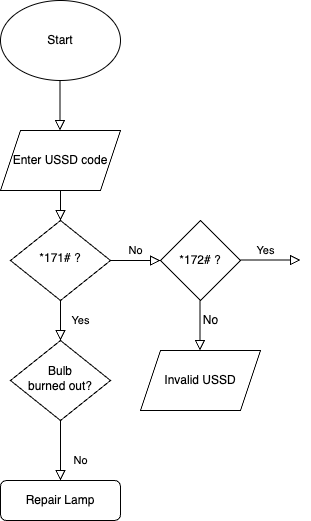
Before: Agri-market.drawio.png, a diagram exported from draw.io (GasanaJr/agri-market). Source tidied: cells renumbered, new cells last; positions are measured from the earlier drawing's top-left corner, leaving out a move shared by most shapes.
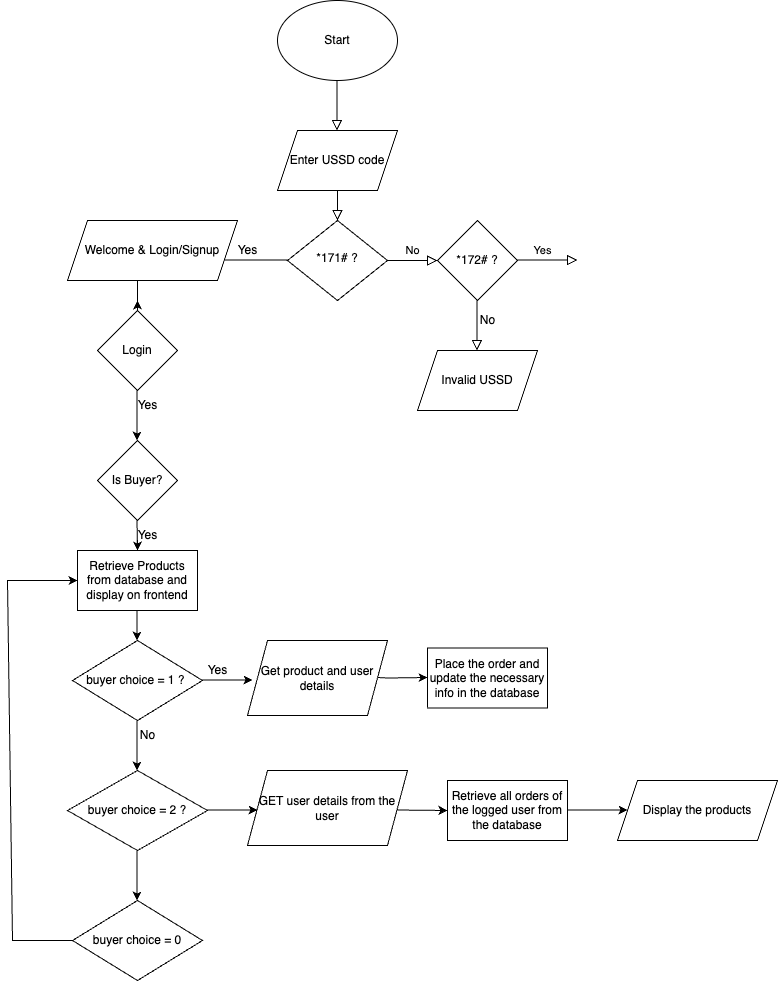
The same file after the commit.

Diff of the diagram source:
```diff
@@ -7,9 +7,6 @@
         <mxPoint x="60" y="170" as="sourcePoint" />
       </mxGeometry>
     </mxCell>
-    <mxCell id="3" value="Yes" style="rounded=0;html=1;jettySize=auto;fontSize=11;endArrow=block;endFill=0;endSize=8;strokeWidth=1;shadow=0;labelBackgroundColor=none;edgeStyle=orthogonalEdgeStyle;" parent="1" edge="1" source="5" target="7">
-      <mxGeometry y="20" relative="1" as="geometry" />
-    </mxCell>
     <mxCell id="4" value="No" style="edgeStyle=orthogonalEdgeStyle;rounded=0;html=1;jettySize=auto;fontSize=11;endArrow=block;endFill=0;endSize=8;strokeWidth=1;shadow=0;labelBackgroundColor=none;" parent="1" edge="1" source="5">
       <mxGeometry y="10" relative="1" as="geometry">
         <mxPoint x="160" y="260" as="targetPoint" />
@@ -18,15 +15,6 @@
     <mxCell id="5" value="*171# ?" style="rhombus;whiteSpace=wrap;html=1;shadow=0;fontFamily=Helvetica;fontSize=12;align=center;strokeWidth=1;spacing=6;spacingTop=-4;" parent="1" vertex="1">
       <mxGeometry x="10" y="220" width="100" height="80" as="geometry" />
     </mxCell>
-    <mxCell id="6" value="No" style="rounded=0;html=1;jettySize=auto;fontSize=11;endArrow=block;endFill=0;endSize=8;strokeWidth=1;shadow=0;labelBackgroundColor=none;edgeStyle=orthogonalEdgeStyle;" parent="1" edge="1" source="7" target="8">
-      <mxGeometry x="0.33" y="20" relative="1" as="geometry" />
-    </mxCell>
-    <mxCell id="7" value="Bulb&lt;br&gt;burned out?" style="rhombus;whiteSpace=wrap;html=1;shadow=0;fontFamily=Helvetica;fontSize=12;align=center;strokeWidth=1;spacing=6;spacingTop=-4;" parent="1" vertex="1">
-      <mxGeometry x="10" y="340" width="100" height="80" as="geometry" />
-    </mxCell>
-    <mxCell id="8" value="Repair Lamp" style="rounded=1;whiteSpace=wrap;html=1;fontSize=12;glass=0;strokeWidth=1;shadow=0;" parent="1" vertex="1">
-      <mxGeometry y="480" width="120" height="40" as="geometry" />
-    </mxCell>
     <mxCell id="9" value="Start" style="ellipse;whiteSpace=wrap;html=1;" parent="1" vertex="1">
       <mxGeometry width="120" height="80" as="geometry" />
     </mxCell>
@@ -72,5 +60,150 @@
         </Array>
       </mxGeometry>
     </mxCell>
+    <mxCell id="17" style="endArrow=classic;html=1;rounded=0;" parent="1" edge="1">
+      <mxGeometry relative="1" as="geometry">
+        <mxPoint x="10" y="259.5" as="sourcePoint" />
+        <mxPoint x="-70" y="259.5" as="targetPoint" />
+      </mxGeometry>
+    </mxCell>
+    <mxCell id="18" value="Yes" style="text;html=1;align=center;verticalAlign=middle;strokeColor=none;fillColor=none;" parent="1" vertex="1">
+      <mxGeometry x="-50" y="235" width="40" height="30" as="geometry" />
+    </mxCell>
+    <mxCell id="19" value="Welcome &amp;amp; Login/Signup" style="shape=parallelogram;perimeter=parallelogramPerimeter;whiteSpace=wrap;html=1;fixedSize=1;" parent="1" vertex="1">
+      <mxGeometry x="-210" y="220" width="170" height="60" as="geometry" />
+    </mxCell>
+    <mxCell id="20" style="endArrow=classic;html=1;rounded=0;" parent="1" edge="1">
+      <mxGeometry relative="1" as="geometry">
+        <mxPoint x="-140" y="280" as="sourcePoint" />
+        <mxPoint x="-140" y="300" as="targetPoint" />
+        <Array as="points">
+          <mxPoint x="-140" y="310" />
+        </Array>
+      </mxGeometry>
+    </mxCell>
+    <mxCell id="21" value="Login" style="rhombus;whiteSpace=wrap;html=1;" parent="1" vertex="1">
+      <mxGeometry x="-180" y="310" width="80" height="80" as="geometry" />
+    </mxCell>
+    <mxCell id="22" style="endArrow=classic;html=1;rounded=0;" parent="1" edge="1">
+      <mxGeometry relative="1" as="geometry">
+        <mxPoint x="-140.5" y="390" as="sourcePoint" />
+        <mxPoint x="-140.5" y="440" as="targetPoint" />
+      </mxGeometry>
+    </mxCell>
+    <mxCell id="23" value="Yes" style="text;html=1;align=center;verticalAlign=middle;strokeColor=none;fillColor=none;" parent="1" vertex="1">
+      <mxGeometry x="-150" y="390" width="40" height="30" as="geometry" />
+    </mxCell>
+    <mxCell id="24" value="Is Buyer?" style="rhombus;whiteSpace=wrap;html=1;" parent="1" vertex="1">
+      <mxGeometry x="-180" y="440" width="80" height="80" as="geometry" />
+    </mxCell>
+    <mxCell id="25" value="Yes" style="text;html=1;align=center;verticalAlign=middle;strokeColor=none;fillColor=none;" parent="1" vertex="1">
+      <mxGeometry x="-150" y="520" width="40" height="30" as="geometry" />
+    </mxCell>
+    <mxCell id="26" style="endArrow=classic;html=1;rounded=0;" parent="1" edge="1">
+      <mxGeometry relative="1" as="geometry">
+        <mxPoint x="-140.5" y="520" as="sourcePoint" />
+        <mxPoint x="-140" y="550" as="targetPoint" />
+        <Array as="points">
+          <mxPoint x="-140" y="550" />
+          <mxPoint x="-140" y="540" />
+        </Array>
+      </mxGeometry>
+    </mxCell>
+    <mxCell id="27" value="Retrieve Products from database and display on frontend" style="whiteSpace=wrap;html=1;" parent="1" vertex="1">
+      <mxGeometry x="-200" y="550" width="120" height="60" as="geometry" />
+    </mxCell>
+    <mxCell id="28" style="endArrow=classic;html=1;rounded=0;" parent="1" edge="1">
+      <mxGeometry relative="1" as="geometry">
+        <mxPoint x="-140.5" y="610" as="sourcePoint" />
+        <mxPoint x="-140.5" y="640" as="targetPoint" />
+      </mxGeometry>
+    </mxCell>
+    <mxCell id="29" value="buyer choice = 1 ?&amp;nbsp;" style="rhombus;whiteSpace=wrap;html=1;" parent="1" vertex="1">
+      <mxGeometry x="-205" y="640" width="130" height="80" as="geometry" />
+    </mxCell>
+    <mxCell id="30" style="endArrow=classic;html=1;rounded=0;" parent="1" edge="1">
+      <mxGeometry relative="1" as="geometry">
+        <mxPoint x="-75" y="679.5" as="sourcePoint" />
+        <mxPoint x="-25" y="679.5" as="targetPoint" />
+      </mxGeometry>
+    </mxCell>
+    <mxCell id="31" value="Yes" style="text;html=1;align=center;verticalAlign=middle;strokeColor=none;fillColor=none;" parent="1" vertex="1">
+      <mxGeometry x="-80" y="655" width="40" height="30" as="geometry" />
+    </mxCell>
+    <mxCell id="32" value="Get product and user details" style="shape=parallelogram;perimeter=parallelogramPerimeter;whiteSpace=wrap;html=1;fixedSize=1;" parent="1" vertex="1">
+      <mxGeometry x="-30" y="640" width="140" height="75" as="geometry" />
+    </mxCell>
+    <mxCell id="33" value="Place the order and update the necessary info in the database" style="rounded=0;whiteSpace=wrap;html=1;" parent="1" vertex="1">
+      <mxGeometry x="150" y="647.5" width="120" height="60" as="geometry" />
+    </mxCell>
+    <mxCell id="34" style="endArrow=classic;html=1;rounded=0;" parent="1" edge="1">
+      <mxGeometry relative="1" as="geometry">
+        <mxPoint x="100" y="677" as="sourcePoint" />
+        <mxPoint x="150" y="677" as="targetPoint" />
+        <Array as="points">
+          <mxPoint x="110" y="677.5" />
+        </Array>
+      </mxGeometry>
+    </mxCell>
+    <mxCell id="35" style="endArrow=classic;html=1;rounded=0;" parent="1" edge="1">
+      <mxGeometry relative="1" as="geometry">
+        <mxPoint x="-140.5" y="720" as="sourcePoint" />
+        <mxPoint x="-140.5" y="770" as="targetPoint" />
+      </mxGeometry>
+    </mxCell>
+    <mxCell id="6" value="No" style="text;html=1;align=center;verticalAlign=middle;strokeColor=none;fillColor=none;" parent="1" vertex="1">
+      <mxGeometry x="-150" y="720" width="40" height="30" as="geometry" />
+    </mxCell>
+    <mxCell id="36" value="buyer choice = 2 ?" style="rhombus;whiteSpace=wrap;html=1;" parent="1" vertex="1">
+      <mxGeometry x="-210" y="770" width="140" height="80" as="geometry" />
+    </mxCell>
+    <mxCell id="37" value="GET user details from the user" style="shape=parallelogram;perimeter=parallelogramPerimeter;whiteSpace=wrap;html=1;fixedSize=1;" parent="1" vertex="1">
+      <mxGeometry x="-30" y="770" width="160" height="75" as="geometry" />
+    </mxCell>
+    <mxCell id="38" style="endArrow=classic;html=1;rounded=0;" parent="1" edge="1">
+      <mxGeometry relative="1" as="geometry">
+        <mxPoint x="-70" y="809.5" as="sourcePoint" />
+        <mxPoint x="-20" y="809.5" as="targetPoint" />
+      </mxGeometry>
+    </mxCell>
+    <mxCell id="39" style="endArrow=classic;html=1;rounded=0;" parent="1" edge="1">
+      <mxGeometry relative="1" as="geometry">
+        <mxPoint x="120" y="809.5" as="sourcePoint" />
+        <mxPoint x="170" y="810" as="targetPoint" />
+      </mxGeometry>
+    </mxCell>
+    <mxCell id="40" value="Retrieve all orders of the logged user from the database" style="rounded=0;whiteSpace=wrap;html=1;" parent="1" vertex="1">
+      <mxGeometry x="170" y="780" width="120" height="60" as="geometry" />
+    </mxCell>
+    <mxCell id="41" style="endArrow=classic;html=1;rounded=0;" parent="1" edge="1">
+      <mxGeometry relative="1" as="geometry">
+        <mxPoint x="290" y="809.5" as="sourcePoint" />
+        <mxPoint x="350" y="809.5" as="targetPoint" />
+      </mxGeometry>
+    </mxCell>
+    <mxCell id="42" value="Display the products" style="shape=parallelogram;perimeter=parallelogramPerimeter;whiteSpace=wrap;html=1;fixedSize=1;" parent="1" vertex="1">
+      <mxGeometry x="340" y="780" width="160" height="60" as="geometry" />
+    </mxCell>
+    <mxCell id="43" value="buyer choice = 0" style="rhombus;whiteSpace=wrap;html=1;" parent="1" vertex="1">
+      <mxGeometry x="-205" y="900" width="130" height="80" as="geometry" />
+    </mxCell>
+    <mxCell id="44" style="endArrow=classic;html=1;rounded=0;" parent="1" edge="1">
+      <mxGeometry relative="1" as="geometry">
+        <mxPoint x="-140.5" y="850" as="sourcePoint" />
+        <mxPoint x="-140.5" y="900" as="targetPoint" />
+      </mxGeometry>
+    </mxCell>
+    <mxCell id="45" style="endArrow=classic;html=1;rounded=0;" parent="1" edge="1">
+      <mxGeometry relative="1" as="geometry">
+        <mxPoint x="-265" y="940" as="sourcePoint" />
+        <mxPoint x="-200" y="580" as="targetPoint" />
+        <Array as="points">
+          <mxPoint x="-205" y="940" />
+          <mxPoint x="-265" y="940" />
+          <mxPoint x="-270" y="580" />
+          <mxPoint x="-200" y="580" />
+        </Array>
+      </mxGeometry>
+    </mxCell>
   </root>
 </mxGraphModel>
```
